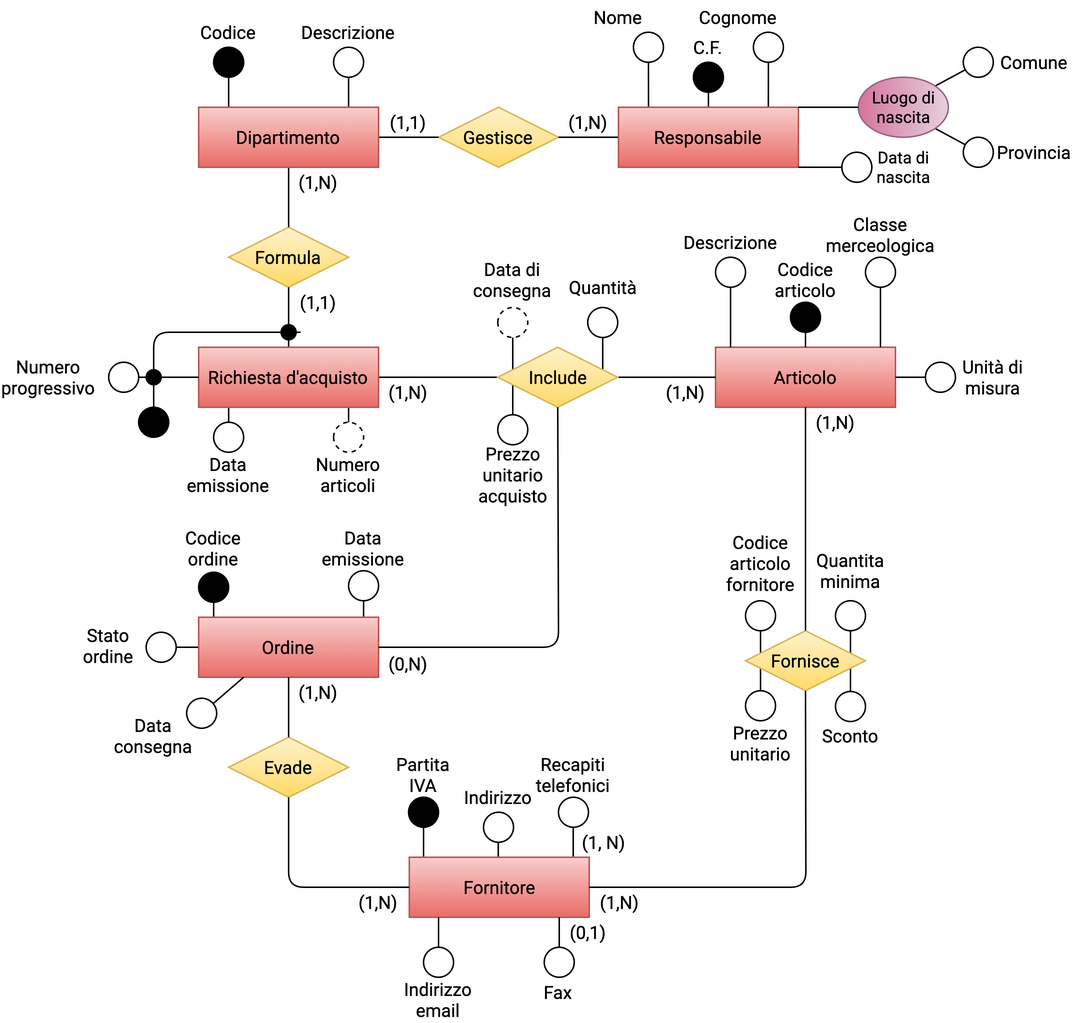
Above: ER/ER.png in FraBomba6/Progetto_BdD (draw.io), before the change. Source tidied: cells renumbered, new cells last; positions are measured from the earlier drawing's top-left corner, leaving out a move shared by most shapes.
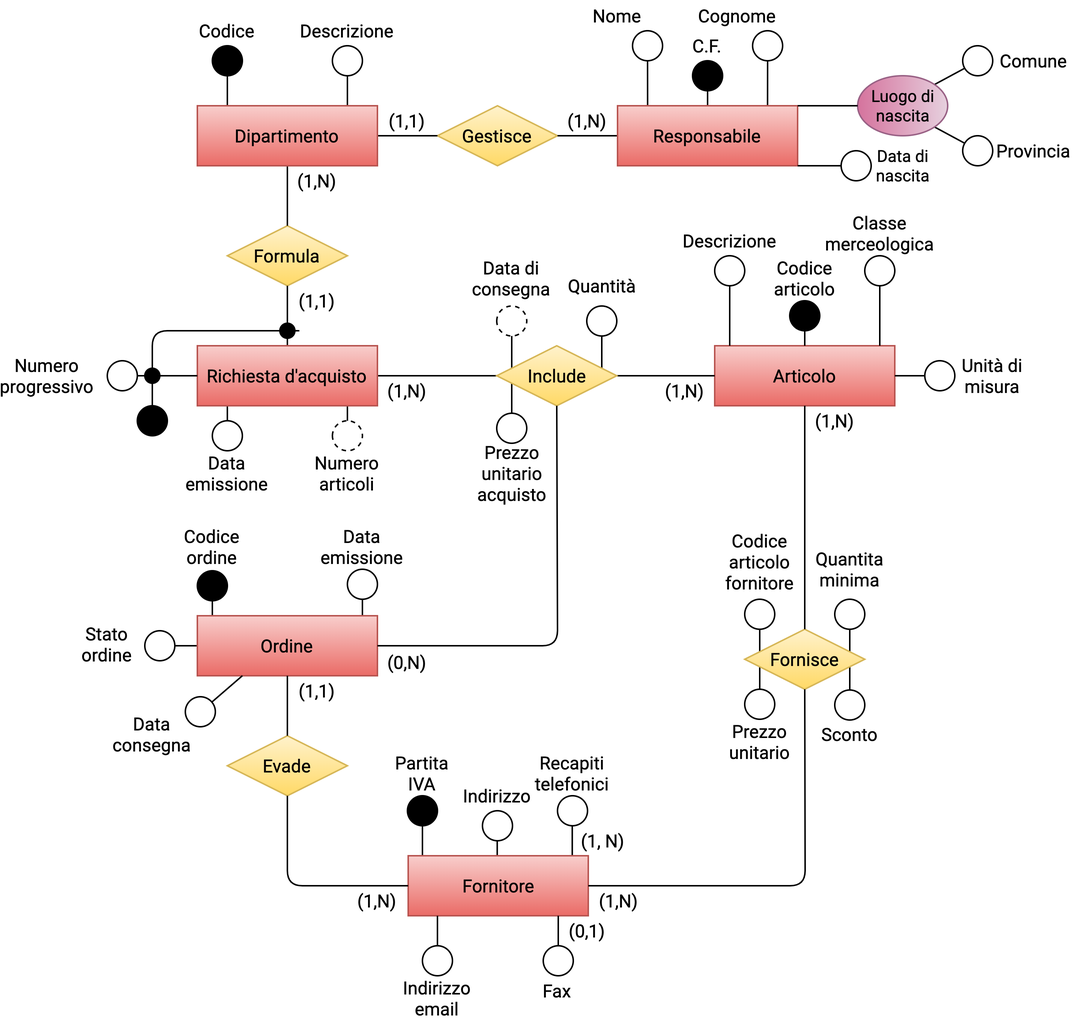
Above is the later version.

Change to the diagram source:
```diff
@@ -462,7 +462,7 @@
     <mxCell id="132" value="(1,N)" style="text;html=1;strokeColor=none;fillColor=none;align=center;verticalAlign=middle;whiteSpace=wrap;rounded=0;fontFamily=Roboto;fontSource=https%3A%2F%2Ffonts.googleapis.com%2Fcss%3Ffamily%3DRoboto;" parent="1" vertex="1">
       <mxGeometry x="220" y="590" width="40" height="20" as="geometry" />
     </mxCell>
-    <mxCell id="133" value="(1,N)" style="text;html=1;strokeColor=none;fillColor=none;align=center;verticalAlign=middle;whiteSpace=wrap;rounded=0;fontFamily=Roboto;fontSource=https%3A%2F%2Ffonts.googleapis.com%2Fcss%3Ffamily%3DRoboto;" parent="1" vertex="1">
+    <mxCell id="133" value="(1,1)" style="text;html=1;strokeColor=none;fillColor=none;align=center;verticalAlign=middle;whiteSpace=wrap;rounded=0;fontFamily=Roboto;fontSource=https%3A%2F%2Ffonts.googleapis.com%2Fcss%3Ffamily%3DRoboto;" parent="1" vertex="1">
       <mxGeometry x="180" y="449.5" width="40" height="20" as="geometry" />
     </mxCell>
     <mxCell id="134" value="(0,N)" style="text;html=1;strokeColor=none;fillColor=none;align=center;verticalAlign=middle;whiteSpace=wrap;rounded=0;fontFamily=Roboto;fontSource=https%3A%2F%2Ffonts.googleapis.com%2Fcss%3Ffamily%3DRoboto;" parent="1" vertex="1">
```
